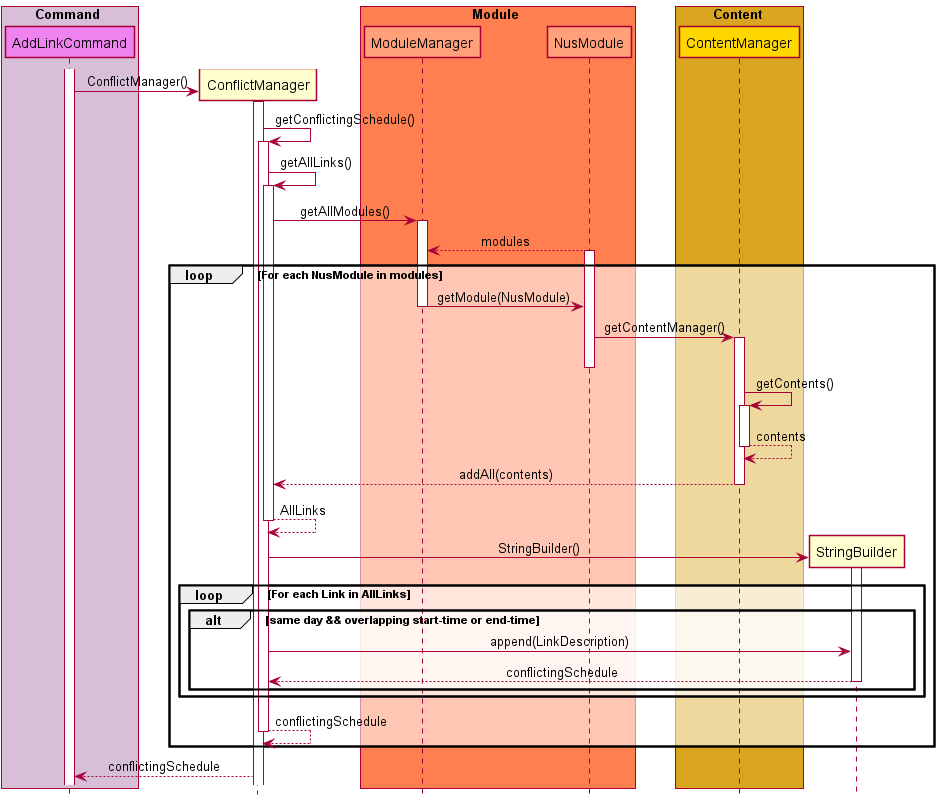
nus-cs2113-AY2122S1/tp keeps this PlantUML diagram as docs/attachments/ConflictManagerSequenceDiagram.png. Above is the earlier version. Source of this version:
```plantuml
@startuml

!include SequenceStyle.puml

box Command COMMAND_BOX_COLOR
participant AddLinkCommand as AddLinkCommand COMMAND_COLOR
endbox

participant ConflictManager as ConflictManager

box Module MODULE_BOX_COLOR
participant ModuleManager as ModuleManager MODULE_COLOR
participant NusModule as NusModule MODULE_COLOR
endbox

box Content CONTENT_BOX_COLOR
participant ContentManager as ContentManager CONTENT_COLOR
endbox

Activate AddLinkCommand
create ConflictManager
AddLinkCommand -> ConflictManager: ConflictManager()
Activate ConflictManager

ConflictManager -> ConflictManager: getConflictingSchedule()
Activate ConflictManager

ConflictManager -> ConflictManager: getAllLinks()
Activate ConflictManager

ConflictManager -> ModuleManager: getAllModules()
Activate ModuleManager
NusModule --> ModuleManager: modules
Activate NusModule

loop For each NusModule in modules
    ModuleManager -> NusModule: getModule(NusModule)
    Deactivate ModuleManager
    NusModule -> ContentManager : getContentManager()
    Activate ContentManager
    Deactivate NusModule
    ContentManager -> ContentManager: getContents()
    Activate ContentManager
    ContentManager --> ContentManager: contents
    Deactivate ContentManager
    ContentManager --> ConflictManager: addAll(contents)
    Deactivate ContentManager
    ConflictManager --> ConflictManager: AllLinks
    Deactivate ConflictManager

    create StringBuilder
    ConflictManager -> StringBuilder: StringBuilder()
    Activate StringBuilder

    loop For each Link in AllLinks
        alt same day && overlapping start-time or end-time
        ConflictManager -> StringBuilder: append(LinkDescription)
        StringBuilder --> ConflictManager: conflictingSchedule
        Deactivate StringBuilder
    end
end

ConflictManager --> ConflictManager: conflictingSchedule
Deactivate ConflictManager
end

ConflictManager --> AddLinkCommand: conflictingSchedule
@enduml
```
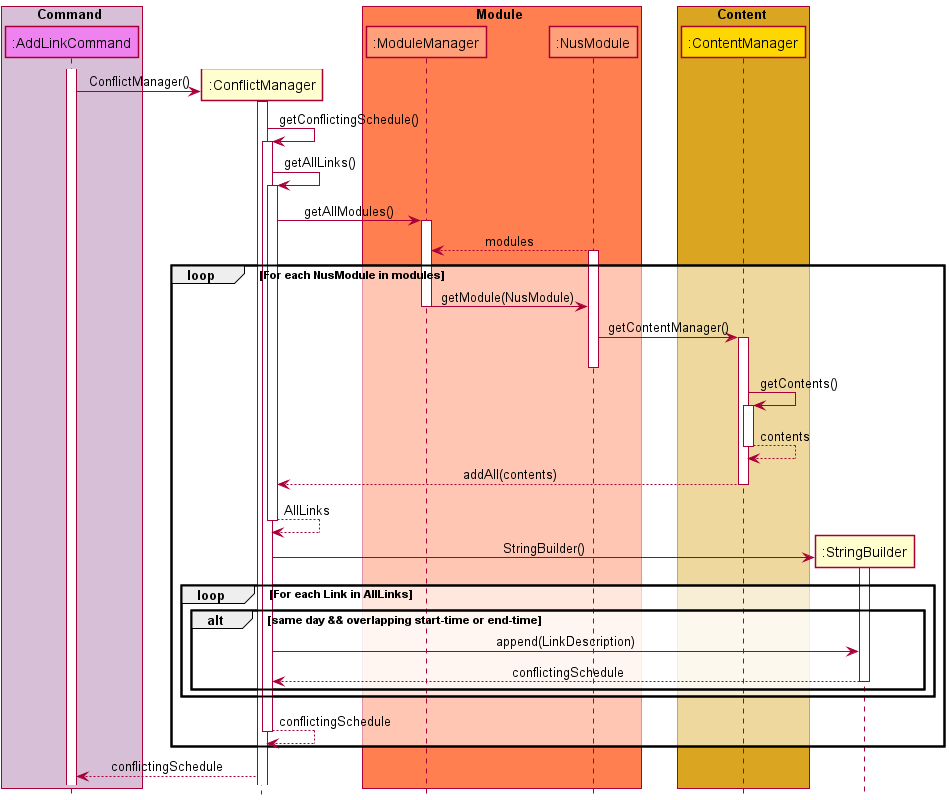
Later version of the same file.

Commit message:
Fix Sequence Diagrams

Change to the diagram source:
```diff
@@ -3,19 +3,21 @@
 !include SequenceStyle.puml
 
 box Command COMMAND_BOX_COLOR
-participant AddLinkCommand as AddLinkCommand COMMAND_COLOR
+participant ":AddLinkCommand" as AddLinkCommand COMMAND_COLOR
 endbox
 
-participant ConflictManager as ConflictManager
+participant ":ConflictManager" as ConflictManager
 
 box Module MODULE_BOX_COLOR
-participant ModuleManager as ModuleManager MODULE_COLOR
-participant NusModule as NusModule MODULE_COLOR
+participant ":ModuleManager" as ModuleManager MODULE_COLOR
+participant ":NusModule" as NusModule MODULE_COLOR
 endbox
 
 box Content CONTENT_BOX_COLOR
-participant ContentManager as ContentManager CONTENT_COLOR
+participant ":ContentManager" as ContentManager CONTENT_COLOR
 endbox
+
+participant ":StringBuilder" as StringBuilder
 
 Activate AddLinkCommand
 create ConflictManager
```
